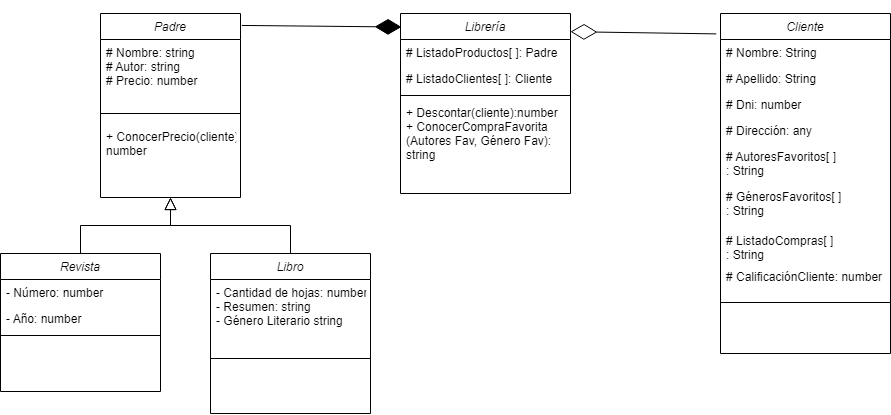
Before: ejercicios-extras/libreria/UML libreria.png, a diagram exported from draw.io (A90G/visualstudiocode). Source tidied: cells renumbered, new cells last; positions are measured from the earlier drawing's top-left corner, leaving out a move shared by most shapes.
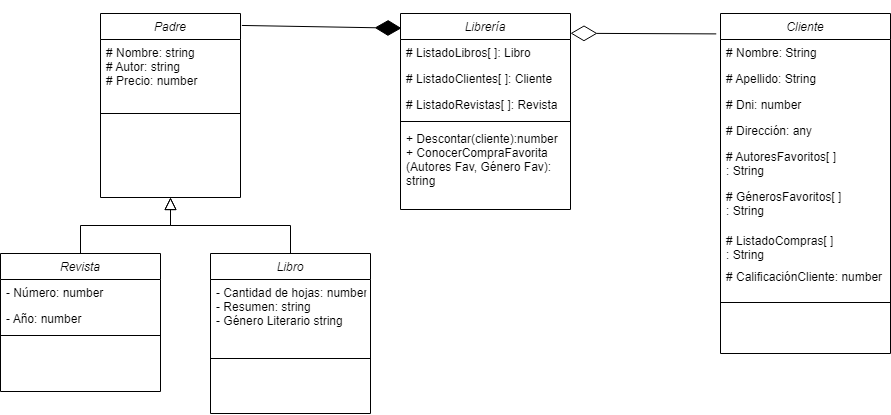
The same diagram one commit later.

The edit, as a diff of the source:
```diff
@@ -11,9 +11,6 @@
     <mxCell id="4" style="line;html=1;strokeWidth=1;align=left;verticalAlign=middle;spacingTop=-1;spacingLeft=3;spacingRight=3;labelPosition=right;" parent="2" vertex="1">
       <mxGeometry y="90" width="140" height="20" as="geometry" />
     </mxCell>
-    <mxCell id="5" value="+ ConocerPrecio(cliente):&#10;number" style="text;align=left;verticalAlign=top;spacingLeft=4;spacingRight=4;overflow=hidden;" parent="2" vertex="1">
-      <mxGeometry y="110" width="140" height="40" as="geometry" />
-    </mxCell>
     <mxCell id="6" value="Revista" style="swimlane;fontStyle=2;align=center;verticalAlign=top;horizontal=1;startSize=26;rounded=0;shadow=0;strokeWidth=1;" parent="1" vertex="1">
       <mxGeometry y="240" width="160" height="138" as="geometry" />
     </mxCell>
@@ -72,19 +69,22 @@
       <mxGeometry y="276" width="170" height="26" as="geometry" />
     </mxCell>
     <mxCell id="25" value="Librería" style="swimlane;fontStyle=2;align=center;verticalAlign=top;horizontal=1;startSize=26;rounded=0;shadow=0;strokeWidth=1;" parent="1" vertex="1">
-      <mxGeometry x="400" width="170" height="180" as="geometry" />
+      <mxGeometry x="400" width="170" height="196" as="geometry" />
     </mxCell>
-    <mxCell id="26" value="# ListadoProductos[ ]: Padre" style="text;align=left;verticalAlign=top;spacingLeft=4;spacingRight=4;overflow=hidden;rounded=0;shadow=0;html=0;" parent="25" vertex="1">
+    <mxCell id="26" value="# ListadoLibros[ ]: Libro" style="text;align=left;verticalAlign=top;spacingLeft=4;spacingRight=4;overflow=hidden;rounded=0;shadow=0;html=0;" parent="25" vertex="1">
       <mxGeometry y="26" width="170" height="26" as="geometry" />
     </mxCell>
     <mxCell id="27" value="# ListadoClientes[ ]: Cliente" style="text;align=left;verticalAlign=top;spacingLeft=4;spacingRight=4;overflow=hidden;rounded=0;shadow=0;html=0;" parent="25" vertex="1">
       <mxGeometry y="52" width="170" height="26" as="geometry" />
     </mxCell>
+    <mxCell id="32" value="# ListadoRevistas[ ]: Revista" style="text;align=left;verticalAlign=top;spacingLeft=4;spacingRight=4;overflow=hidden;rounded=0;shadow=0;html=0;" parent="25" vertex="1">
+      <mxGeometry y="78" width="170" height="26" as="geometry" />
+    </mxCell>
     <mxCell id="28" style="line;html=1;strokeWidth=1;align=left;verticalAlign=middle;spacingTop=-1;spacingLeft=3;spacingRight=3;labelPosition=right;" parent="25" vertex="1">
-      <mxGeometry y="78" width="170" height="8" as="geometry" />
+      <mxGeometry y="104" width="170" height="8" as="geometry" />
     </mxCell>
     <mxCell id="29" value="+ Descontar(cliente):number&#10;+ ConocerCompraFavorita&#10;(Autores Fav, Género Fav):&#10;string" style="text;align=left;verticalAlign=top;spacingLeft=4;spacingRight=4;overflow=hidden;rounded=0;shadow=0;html=0;" parent="25" vertex="1">
-      <mxGeometry y="86" width="170" height="84" as="geometry" />
+      <mxGeometry y="112" width="170" height="84" as="geometry" />
     </mxCell>
     <mxCell id="30" style="endArrow=diamondThin;endFill=1;endSize=24;html=1;rounded=0;entryX=0.006;entryY=0.075;entryDx=0;entryDy=0;entryPerimeter=0;exitX=1.01;exitY=0.065;exitDx=0;exitDy=0;exitPerimeter=0;" parent="1" edge="1" source="2" target="25">
       <mxGeometry relative="1" as="geometry" />
```
